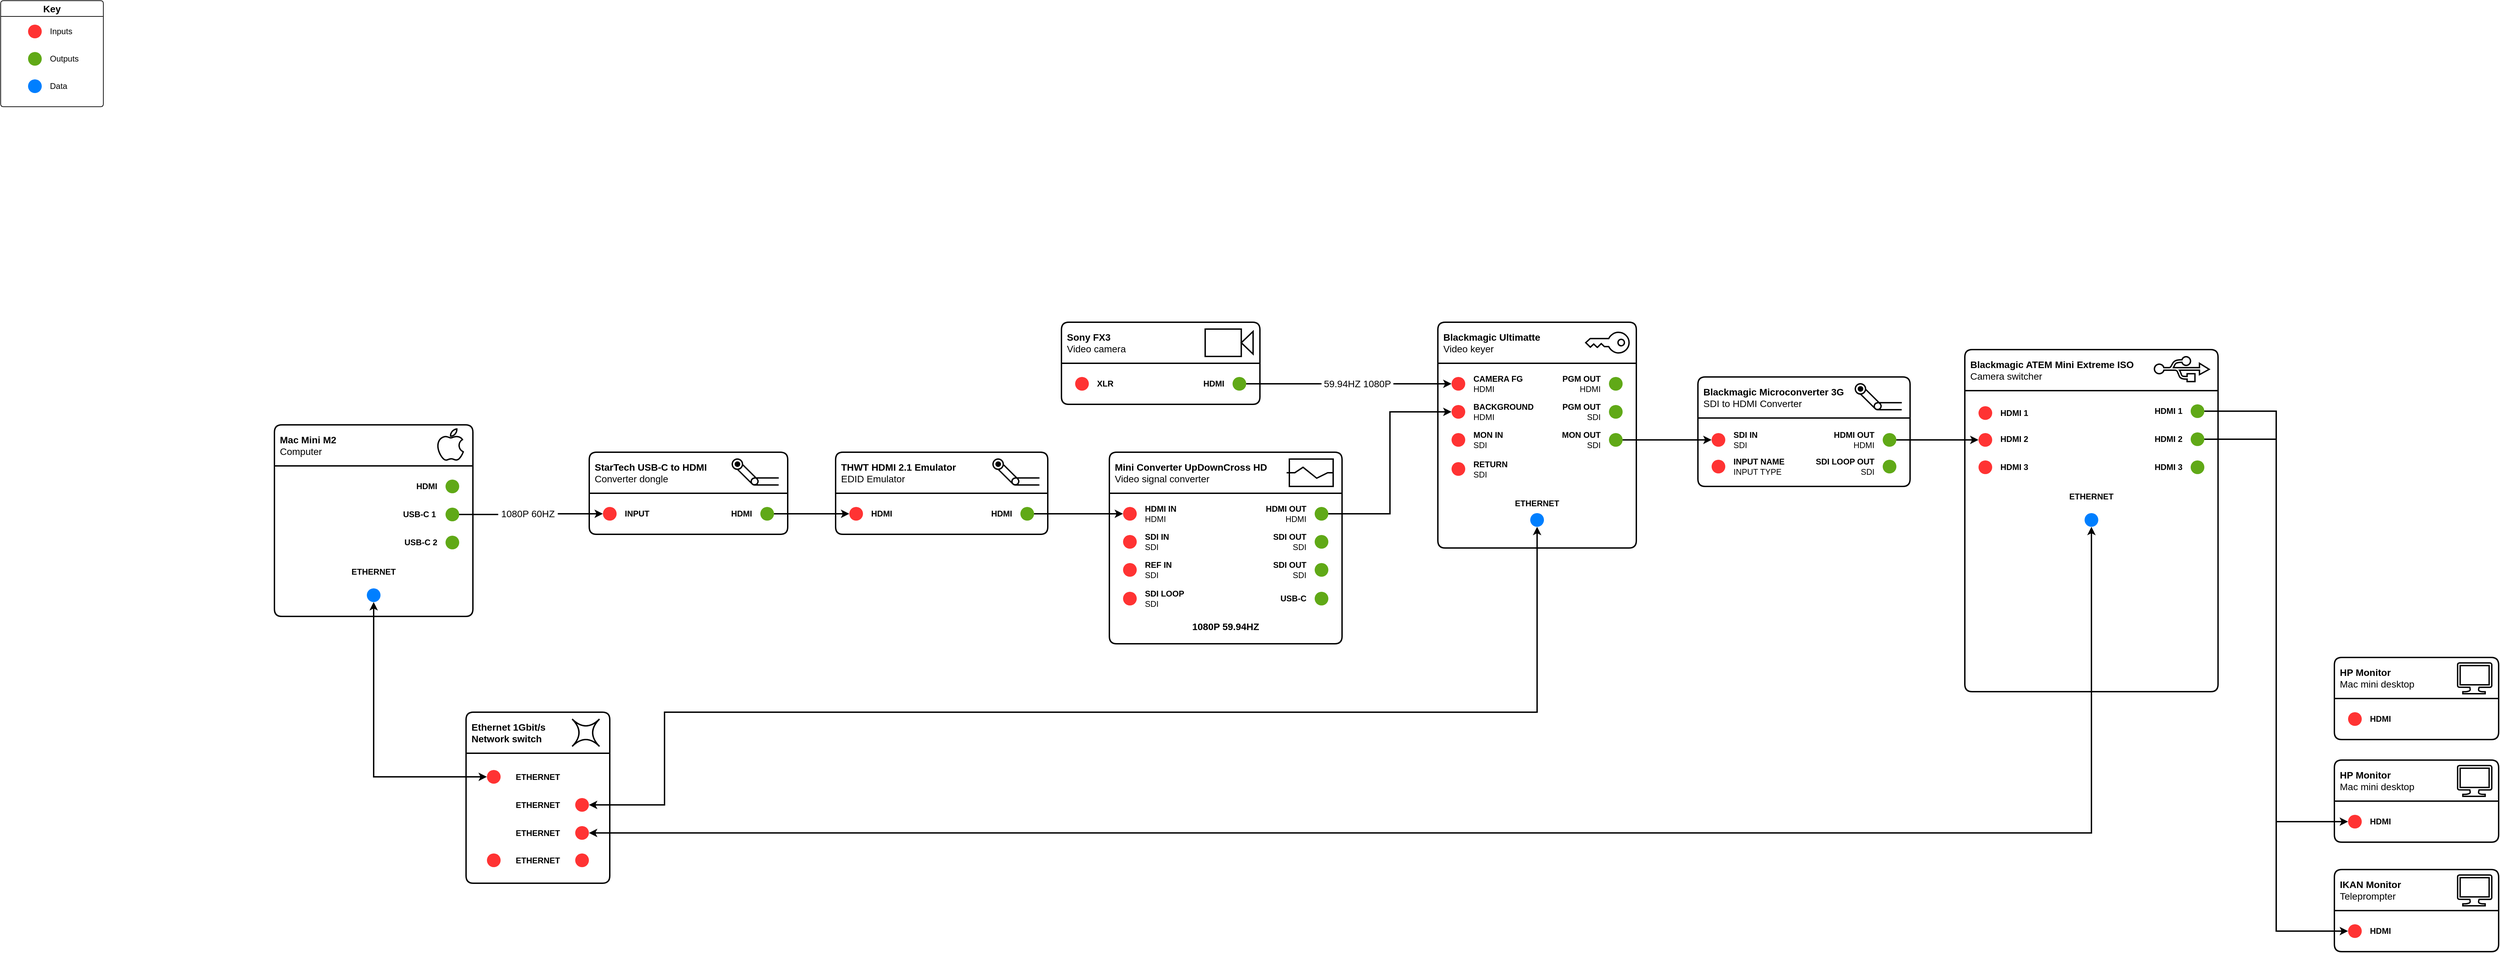
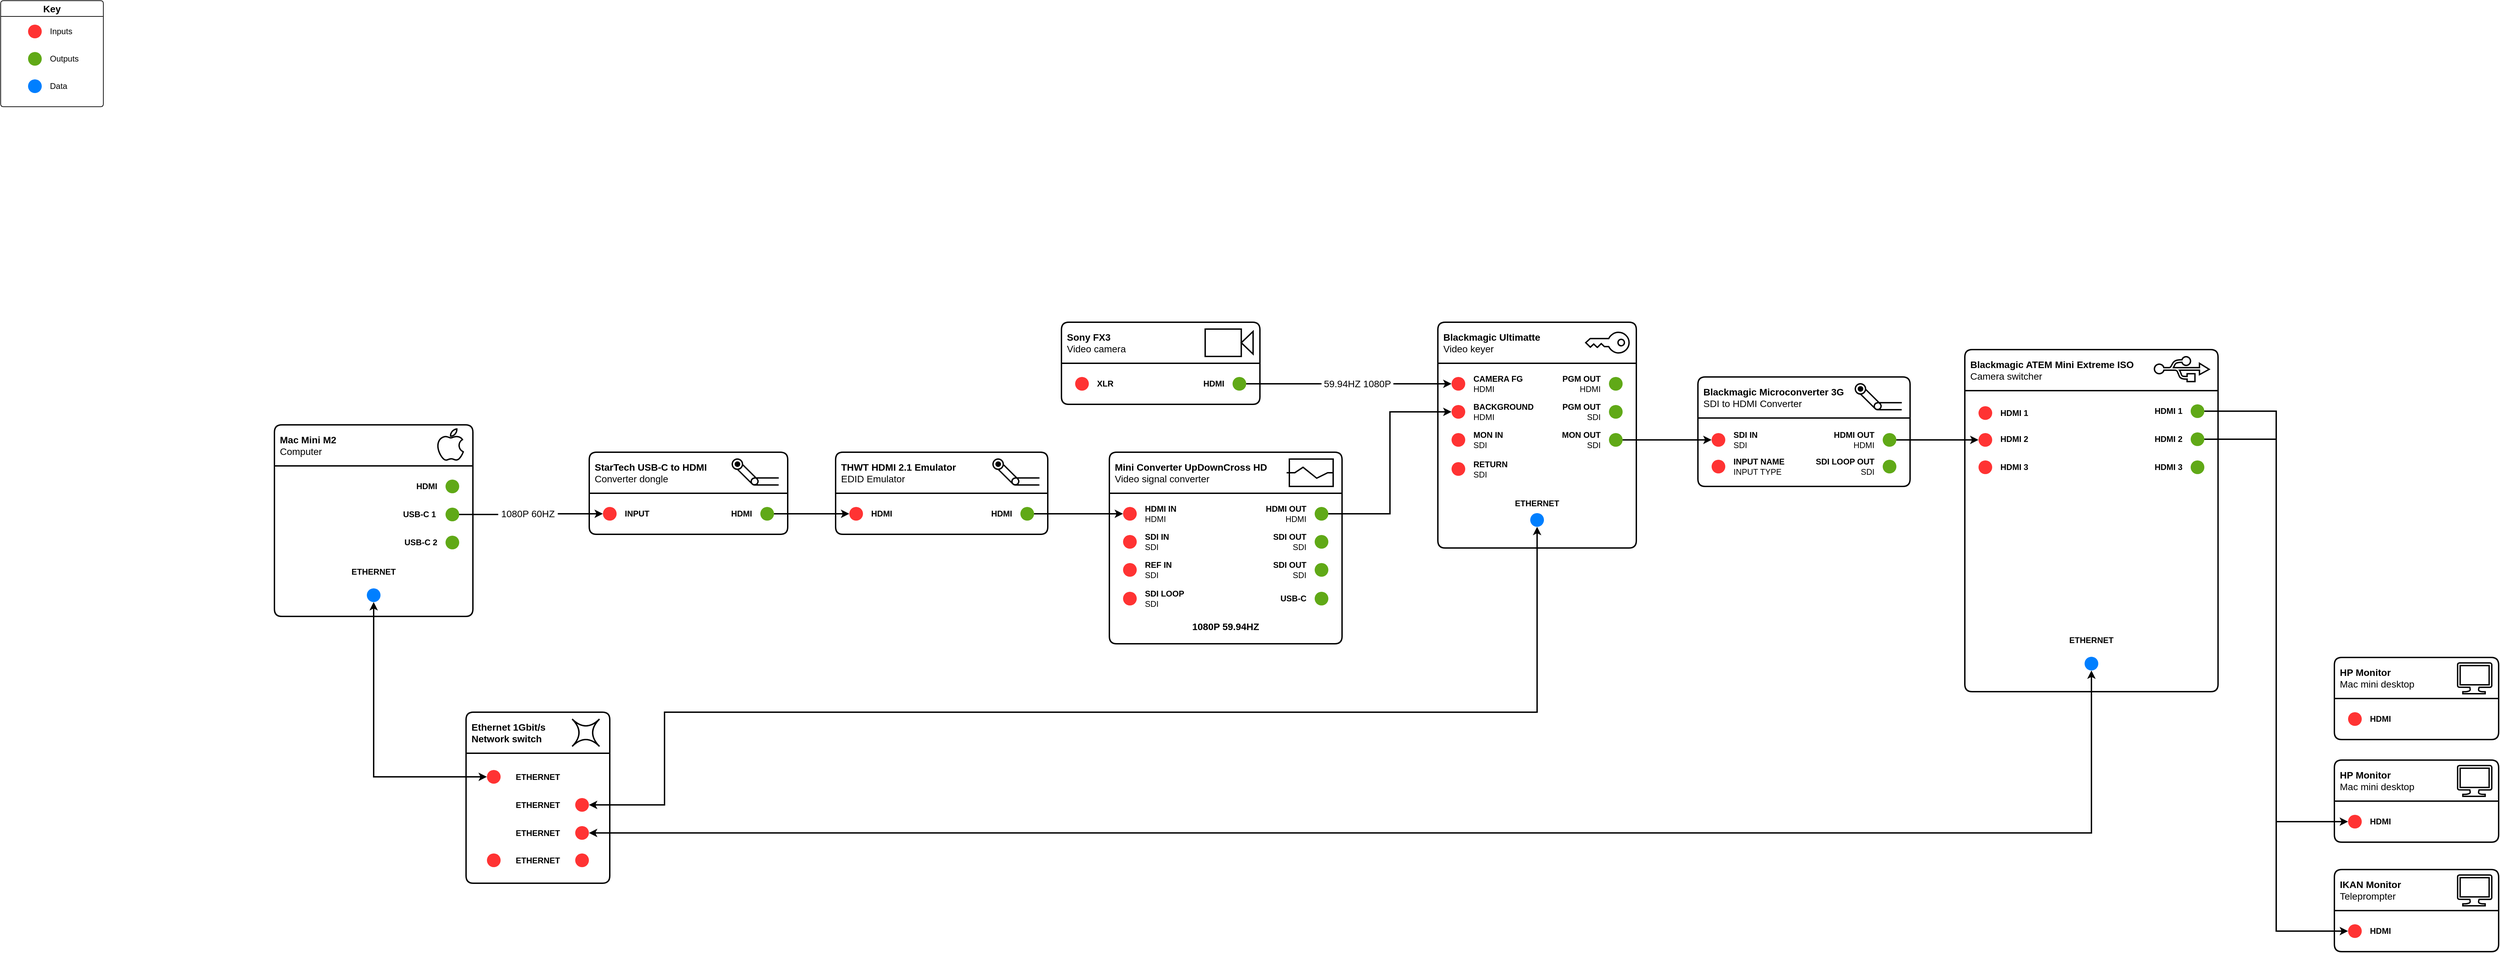
<mxfile host="app.diagrams.net">
  <diagram name="Page-1" id="FgFW1MfRpHRbAZnw0JzE">
-     <mxGraphModel dx="838" dy="894" grid="1" gridSize="10" guides="1" tooltips="1" connect="1" arrows="1" fold="1" page="0" pageScale="1" pageWidth="1654" pageHeight="1169" math="0" shadow="0">
+     <mxGraphModel dx="411" dy="739" grid="1" gridSize="10" guides="1" tooltips="1" connect="1" arrows="1" fold="1" page="0" pageScale="1" pageWidth="1654" pageHeight="1169" math="0" shadow="0">
      <root>
        <mxCell id="0" />
        <mxCell id="1" parent="0" />
        <UserObject label="&lt;div&gt;Sony FX3&lt;/div&gt;&lt;div&gt;&lt;span style=&quot;font-weight: normal;&quot;&gt;Video camera&lt;/span&gt;&lt;/div&gt;" link="https://www.sony.com.au/electronics/interchangeable-lens-cameras/ilme-fx3a" id="s20b6Gskkq0xSbLsb2Lf-1">
          <mxCell parent="1" style="swimlane;whiteSpace=wrap;html=1;startSize=60;perimeterSpacing=0;rounded=1;arcSize=6;align=left;spacingLeft=6;swimlaneFillColor=default;strokeWidth=2;fontSize=14;spacingBottom=0;" vertex="1">
            <mxGeometry height="120" width="290" x="1860" y="420" as="geometry">
              <mxRectangle height="60" width="200" x="330" y="280" as="alternateBounds" />
            </mxGeometry>
          </mxCell>
        </UserObject>
        <mxCell id="BUdtJf7oYrrgdLHHiytK-1" parent="s20b6Gskkq0xSbLsb2Lf-1" style="shape=mxgraph.signs.tech.video_camera;html=1;pointerEvents=1;fillColor=none;strokeColor=default;verticalLabelPosition=bottom;verticalAlign=top;align=center;strokeWidth=2;" value="" vertex="1">
          <mxGeometry height="40" width="70" x="210" y="10" as="geometry" />
        </mxCell>
        <mxCell id="BUdtJf7oYrrgdLHHiytK-2" parent="s20b6Gskkq0xSbLsb2Lf-1" style="ellipse;whiteSpace=wrap;html=1;aspect=fixed;strokeColor=none;fillColor=#60a917;fontColor=#ffffff;" value="" vertex="1">
          <mxGeometry height="20" width="20" x="250" y="80" as="geometry" />
        </mxCell>
        <mxCell id="BUdtJf7oYrrgdLHHiytK-13" parent="s20b6Gskkq0xSbLsb2Lf-1" style="ellipse;whiteSpace=wrap;html=1;aspect=fixed;strokeColor=none;fillColor=light-dark(#FF3333,#FF3333);fontColor=#ffffff;fillStyle=auto;" value="" vertex="1">
          <mxGeometry height="20" width="20" x="20" y="80" as="geometry" />
        </mxCell>
        <mxCell id="BUdtJf7oYrrgdLHHiytK-20" parent="s20b6Gskkq0xSbLsb2Lf-1" style="text;html=1;whiteSpace=wrap;strokeColor=none;fillColor=none;align=left;verticalAlign=middle;rounded=0;fontStyle=1" value="XLR" vertex="1">
          <mxGeometry height="14.5" width="30" x="50" y="82.75" as="geometry" />
        </mxCell>
        <mxCell id="BUdtJf7oYrrgdLHHiytK-21" parent="s20b6Gskkq0xSbLsb2Lf-1" style="text;html=1;whiteSpace=wrap;strokeColor=none;fillColor=none;align=right;verticalAlign=middle;rounded=0;" value="&lt;b&gt;HDMI&lt;/b&gt;" vertex="1">
          <mxGeometry height="14.5" width="40" x="200" y="82.75" as="geometry" />
        </mxCell>
        <mxCell id="BUdtJf7oYrrgdLHHiytK-123" parent="1" style="swimlane;whiteSpace=wrap;html=1;rounded=1;arcSize=6;swimlaneFillColor=default;fontSize=14;" value="Key" vertex="1">
          <mxGeometry height="155" width="150" x="310" y="-50" as="geometry" />
        </mxCell>
        <mxCell id="BUdtJf7oYrrgdLHHiytK-115" parent="BUdtJf7oYrrgdLHHiytK-123" style="ellipse;whiteSpace=wrap;html=1;aspect=fixed;strokeColor=none;fillColor=light-dark(#FF3333,#FF3333);fontColor=#ffffff;fillStyle=auto;" value="" vertex="1">
          <mxGeometry height="20" width="20" x="40" y="35" as="geometry" />
        </mxCell>
        <mxCell id="BUdtJf7oYrrgdLHHiytK-119" parent="BUdtJf7oYrrgdLHHiytK-123" style="text;html=1;whiteSpace=wrap;strokeColor=none;fillColor=none;align=left;verticalAlign=middle;rounded=0;" value="Inputs" vertex="1">
          <mxGeometry height="10" width="40" x="70" y="40" as="geometry" />
        </mxCell>
        <mxCell id="BUdtJf7oYrrgdLHHiytK-114" parent="BUdtJf7oYrrgdLHHiytK-123" style="ellipse;whiteSpace=wrap;html=1;aspect=fixed;strokeColor=none;fillColor=#60a917;fontColor=#ffffff;" value="" vertex="1">
          <mxGeometry height="20" width="20" x="40" y="75" as="geometry" />
        </mxCell>
        <mxCell id="BUdtJf7oYrrgdLHHiytK-120" parent="BUdtJf7oYrrgdLHHiytK-123" style="text;html=1;whiteSpace=wrap;strokeColor=none;fillColor=none;align=left;verticalAlign=middle;rounded=0;" value="Outputs" vertex="1">
          <mxGeometry height="10" width="40" x="70" y="80" as="geometry" />
        </mxCell>
        <mxCell id="BUdtJf7oYrrgdLHHiytK-116" parent="BUdtJf7oYrrgdLHHiytK-123" style="ellipse;whiteSpace=wrap;html=1;aspect=fixed;strokeColor=none;fillColor=#007FFF;fontColor=#ffffff;" value="" vertex="1">
          <mxGeometry height="20" width="20" x="40" y="115" as="geometry" />
        </mxCell>
        <mxCell id="BUdtJf7oYrrgdLHHiytK-121" parent="BUdtJf7oYrrgdLHHiytK-123" style="text;html=1;whiteSpace=wrap;strokeColor=none;fillColor=none;align=left;verticalAlign=middle;rounded=0;" value="Data" vertex="1">
          <mxGeometry height="10" width="40" x="70" y="120" as="geometry" />
        </mxCell>
        <UserObject label="&lt;div&gt;Blackmagic Ultimatte&lt;/div&gt;&lt;div&gt;&lt;span style=&quot;font-weight: normal;&quot;&gt;Video keyer&lt;/span&gt;&lt;/div&gt;" link="https://www.videocraft.com.au/products/blackmagic-design-ultimatte-12-hd-keyer-advanced-compositing-processor" id="BUdtJf7oYrrgdLHHiytK-160">
          <mxCell parent="1" style="swimlane;whiteSpace=wrap;html=1;startSize=60;perimeterSpacing=0;rounded=1;arcSize=6;align=left;spacingLeft=6;swimlaneFillColor=default;strokeWidth=2;fontSize=14;" vertex="1">
            <mxGeometry height="330" width="290" x="2410" y="420" as="geometry">
              <mxRectangle height="60" width="200" x="330" y="280" as="alternateBounds" />
            </mxGeometry>
          </mxCell>
        </UserObject>
        <mxCell id="BUdtJf7oYrrgdLHHiytK-162" parent="BUdtJf7oYrrgdLHHiytK-160" style="ellipse;whiteSpace=wrap;html=1;aspect=fixed;strokeColor=none;fillColor=#60a917;fontColor=#ffffff;" value="" vertex="1">
          <mxGeometry height="20" width="20" x="250" y="80" as="geometry" />
        </mxCell>
        <mxCell id="BUdtJf7oYrrgdLHHiytK-163" parent="BUdtJf7oYrrgdLHHiytK-160" style="ellipse;whiteSpace=wrap;html=1;aspect=fixed;strokeColor=none;fillColor=#60a917;fontColor=#ffffff;" value="" vertex="1">
          <mxGeometry height="20" width="20" x="250" y="121" as="geometry" />
        </mxCell>
        <mxCell id="BUdtJf7oYrrgdLHHiytK-164" parent="BUdtJf7oYrrgdLHHiytK-160" style="ellipse;whiteSpace=wrap;html=1;aspect=fixed;strokeColor=none;fillColor=#60a917;fontColor=#ffffff;" value="" vertex="1">
          <mxGeometry height="20" width="20" x="250" y="162" as="geometry" />
        </mxCell>
        <mxCell id="BUdtJf7oYrrgdLHHiytK-169" parent="BUdtJf7oYrrgdLHHiytK-160" style="ellipse;whiteSpace=wrap;html=1;aspect=fixed;strokeColor=none;fillColor=light-dark(#FF3333,#FF3333);fontColor=#ffffff;fillStyle=auto;" value="" vertex="1">
          <mxGeometry height="20" width="20" x="20" y="80" as="geometry" />
        </mxCell>
        <mxCell id="BUdtJf7oYrrgdLHHiytK-170" parent="BUdtJf7oYrrgdLHHiytK-160" style="ellipse;whiteSpace=wrap;html=1;aspect=fixed;strokeColor=none;fillColor=light-dark(#FF3333,#FF3333);fontColor=#ffffff;" value="" vertex="1">
          <mxGeometry height="20" width="20" x="20" y="121" as="geometry" />
        </mxCell>
        <mxCell id="BUdtJf7oYrrgdLHHiytK-176" parent="BUdtJf7oYrrgdLHHiytK-160" style="text;html=1;whiteSpace=wrap;strokeColor=none;fillColor=none;align=left;verticalAlign=middle;rounded=0;" value="&lt;div&gt;&lt;b&gt;CAMERA FG&lt;/b&gt;&lt;/div&gt;&lt;div&gt;HDMI&lt;/div&gt;" vertex="1">
          <mxGeometry height="29" width="90" x="50" y="75.5" as="geometry" />
        </mxCell>
        <mxCell id="BUdtJf7oYrrgdLHHiytK-177" parent="BUdtJf7oYrrgdLHHiytK-160" style="text;html=1;whiteSpace=wrap;strokeColor=none;fillColor=none;align=right;verticalAlign=middle;rounded=0;" value="&lt;div&gt;&lt;b&gt;PGM OUT&lt;/b&gt;&lt;/div&gt;&lt;div&gt;HDMI&lt;/div&gt;" vertex="1">
          <mxGeometry height="29" width="90" x="150" y="75.5" as="geometry" />
        </mxCell>
        <mxCell id="BUdtJf7oYrrgdLHHiytK-178" parent="BUdtJf7oYrrgdLHHiytK-160" style="text;html=1;whiteSpace=wrap;strokeColor=none;fillColor=none;align=left;verticalAlign=middle;rounded=0;" value="&lt;div&gt;&lt;b&gt;BACKGROUND&lt;/b&gt;&lt;/div&gt;&lt;div&gt;HDMI&lt;/div&gt;" vertex="1">
          <mxGeometry height="29" width="90" x="50" y="116.5" as="geometry" />
        </mxCell>
        <mxCell id="BUdtJf7oYrrgdLHHiytK-179" parent="BUdtJf7oYrrgdLHHiytK-160" style="text;html=1;whiteSpace=wrap;strokeColor=none;fillColor=none;align=right;verticalAlign=middle;rounded=0;" value="&lt;div&gt;&lt;b&gt;PGM OUT&lt;/b&gt;&lt;/div&gt;&lt;div&gt;SDI&lt;/div&gt;" vertex="1">
          <mxGeometry height="29" width="90" x="150" y="116.5" as="geometry" />
        </mxCell>
        <mxCell id="BUdtJf7oYrrgdLHHiytK-181" parent="BUdtJf7oYrrgdLHHiytK-160" style="text;html=1;whiteSpace=wrap;strokeColor=none;fillColor=none;align=right;verticalAlign=middle;rounded=0;" value="&lt;div&gt;&lt;b&gt;MON OUT&lt;/b&gt;&lt;/div&gt;&lt;div&gt;SDI&lt;/div&gt;" vertex="1">
          <mxGeometry height="29" width="90" x="150" y="157.5" as="geometry" />
        </mxCell>
        <mxCell id="BUdtJf7oYrrgdLHHiytK-194" parent="BUdtJf7oYrrgdLHHiytK-160" style="text;html=1;whiteSpace=wrap;strokeColor=none;fillColor=none;align=center;verticalAlign=middle;rounded=0;fontStyle=1" value="ETHERNET" vertex="1">
          <mxGeometry height="29" width="90" x="100" y="250" as="geometry" />
        </mxCell>
        <mxCell id="BUdtJf7oYrrgdLHHiytK-195" parent="BUdtJf7oYrrgdLHHiytK-160" style="ellipse;whiteSpace=wrap;html=1;aspect=fixed;strokeColor=none;fillColor=#007FFF;fontColor=#ffffff;" value="" vertex="1">
          <mxGeometry height="20" width="20" x="135" y="279" as="geometry" />
        </mxCell>
        <mxCell id="BUdtJf7oYrrgdLHHiytK-196" parent="BUdtJf7oYrrgdLHHiytK-160" style="sketch=0;pointerEvents=1;shadow=0;dashed=0;html=1;strokeColor=default;fillColor=none;labelPosition=center;verticalLabelPosition=bottom;verticalAlign=top;outlineConnect=0;align=center;shape=mxgraph.office.security.key_permissions;rotation=90;strokeWidth=2;" value="" vertex="1">
          <mxGeometry height="63.31" width="30.07" x="232.69" y="-1.8099999999999996" as="geometry" />
        </mxCell>
        <mxCell id="_8OXxmxYWQQ_x3kSA-AO-21" parent="BUdtJf7oYrrgdLHHiytK-160" style="text;html=1;whiteSpace=wrap;strokeColor=none;fillColor=none;align=left;verticalAlign=middle;rounded=0;" value="&lt;div&gt;&lt;b&gt;MON IN&lt;/b&gt;&lt;/div&gt;&lt;div&gt;SDI&lt;/div&gt;" vertex="1">
          <mxGeometry height="29" width="90" x="50" y="157.5" as="geometry" />
        </mxCell>
        <mxCell id="_8OXxmxYWQQ_x3kSA-AO-22" parent="BUdtJf7oYrrgdLHHiytK-160" style="ellipse;whiteSpace=wrap;html=1;aspect=fixed;strokeColor=none;fillColor=light-dark(#FF3333,#FF3333);fontColor=#ffffff;" value="" vertex="1">
          <mxGeometry height="20" width="20" x="20" y="162" as="geometry" />
        </mxCell>
        <mxCell id="_8OXxmxYWQQ_x3kSA-AO-25" parent="BUdtJf7oYrrgdLHHiytK-160" style="ellipse;whiteSpace=wrap;html=1;aspect=fixed;strokeColor=none;fillColor=light-dark(#FF3333,#FF3333);fontColor=#ffffff;" value="" vertex="1">
          <mxGeometry height="20" width="20" x="20" y="204.5" as="geometry" />
        </mxCell>
        <mxCell id="_8OXxmxYWQQ_x3kSA-AO-26" parent="BUdtJf7oYrrgdLHHiytK-160" style="text;html=1;whiteSpace=wrap;strokeColor=none;fillColor=none;align=left;verticalAlign=middle;rounded=0;" value="&lt;div&gt;&lt;b&gt;RETURN&lt;/b&gt;&lt;/div&gt;&lt;div&gt;SDI&lt;/div&gt;" vertex="1">
          <mxGeometry height="29" width="90" x="50" y="200" as="geometry" />
        </mxCell>
        <mxCell id="BUdtJf7oYrrgdLHHiytK-197" edge="1" parent="1" source="BUdtJf7oYrrgdLHHiytK-2" style="edgeStyle=orthogonalEdgeStyle;rounded=0;orthogonalLoop=1;jettySize=auto;html=1;entryX=0;entryY=0.5;entryDx=0;entryDy=0;endArrow=classic;endFill=1;strokeWidth=2;" target="BUdtJf7oYrrgdLHHiytK-169">
          <mxGeometry relative="1" as="geometry" />
        </mxCell>
        <mxCell id="BUdtJf7oYrrgdLHHiytK-201" connectable="0" parent="BUdtJf7oYrrgdLHHiytK-197" style="edgeLabel;html=1;align=center;verticalAlign=middle;resizable=0;points=[];fontSize=14;" value="&amp;nbsp;59.94HZ 1080P&amp;nbsp;" vertex="1">
          <mxGeometry relative="1" x="0.0813" as="geometry">
            <mxPoint as="offset" />
          </mxGeometry>
        </mxCell>
        <UserObject label="&lt;div&gt;Mac Mini M2&lt;/div&gt;&lt;div&gt;&lt;span style=&quot;font-weight: normal;&quot;&gt;Computer&lt;/span&gt;&lt;/div&gt;" link="https://support.apple.com/en-au/111837" id="BUdtJf7oYrrgdLHHiytK-202">
          <mxCell parent="1" style="swimlane;whiteSpace=wrap;html=1;startSize=60;perimeterSpacing=0;rounded=1;arcSize=6;align=left;spacingLeft=6;swimlaneFillColor=default;strokeWidth=2;fontSize=14;noLabel=0;" vertex="1">
            <mxGeometry height="280" width="290" x="710" y="570" as="geometry">
              <mxRectangle height="60" width="200" x="330" y="280" as="alternateBounds" />
            </mxGeometry>
          </mxCell>
        </UserObject>
        <mxCell id="BUdtJf7oYrrgdLHHiytK-204" parent="BUdtJf7oYrrgdLHHiytK-202" style="ellipse;whiteSpace=wrap;html=1;aspect=fixed;strokeColor=none;fillColor=#60a917;fontColor=#ffffff;" value="" vertex="1">
          <mxGeometry height="20" width="20" x="250" y="80" as="geometry" />
        </mxCell>
        <mxCell id="BUdtJf7oYrrgdLHHiytK-205" parent="BUdtJf7oYrrgdLHHiytK-202" style="ellipse;whiteSpace=wrap;html=1;aspect=fixed;strokeColor=none;fillColor=#60a917;fontColor=#ffffff;" value="" vertex="1">
          <mxGeometry height="20" width="20" x="250" y="121" as="geometry" />
        </mxCell>
        <mxCell id="BUdtJf7oYrrgdLHHiytK-206" parent="BUdtJf7oYrrgdLHHiytK-202" style="ellipse;whiteSpace=wrap;html=1;aspect=fixed;strokeColor=none;fillColor=#60a917;fontColor=#ffffff;" value="" vertex="1">
          <mxGeometry height="20" width="20" x="250" y="162" as="geometry" />
        </mxCell>
        <mxCell id="BUdtJf7oYrrgdLHHiytK-219" parent="BUdtJf7oYrrgdLHHiytK-202" style="text;html=1;whiteSpace=wrap;strokeColor=none;fillColor=none;align=right;verticalAlign=middle;rounded=0;" value="&lt;b&gt;HDMI&lt;/b&gt;" vertex="1">
          <mxGeometry height="14.5" width="40" x="200" y="82.75" as="geometry" />
        </mxCell>
        <mxCell id="BUdtJf7oYrrgdLHHiytK-221" parent="BUdtJf7oYrrgdLHHiytK-202" style="text;html=1;whiteSpace=wrap;strokeColor=none;fillColor=none;align=right;verticalAlign=middle;rounded=0;fontStyle=1" value="USB-C 1" vertex="1">
          <mxGeometry height="13.5" width="50" x="188.08" y="124.25" as="geometry" />
        </mxCell>
        <mxCell id="BUdtJf7oYrrgdLHHiytK-236" parent="BUdtJf7oYrrgdLHHiytK-202" style="text;html=1;whiteSpace=wrap;strokeColor=none;fillColor=none;align=center;verticalAlign=middle;rounded=0;fontStyle=1" value="ETHERNET" vertex="1">
          <mxGeometry height="29" width="90" x="100" y="200" as="geometry" />
        </mxCell>
        <mxCell id="BUdtJf7oYrrgdLHHiytK-237" parent="BUdtJf7oYrrgdLHHiytK-202" style="ellipse;whiteSpace=wrap;html=1;aspect=fixed;strokeColor=none;fillColor=#007FFF;fontColor=#ffffff;" value="" vertex="1">
          <mxGeometry height="20" width="20" x="135" y="239" as="geometry" />
        </mxCell>
        <mxCell id="BUdtJf7oYrrgdLHHiytK-238" parent="BUdtJf7oYrrgdLHHiytK-202" style="dashed=0;outlineConnect=0;html=1;align=center;labelPosition=center;verticalLabelPosition=bottom;verticalAlign=top;shape=mxgraph.weblogos.apple;fillColor=none;strokeColor=default;strokeWidth=2;" value="" vertex="1">
          <mxGeometry height="46.2" width="37.83" x="238.07999999999998" y="6" as="geometry" />
        </mxCell>
        <mxCell id="BUdtJf7oYrrgdLHHiytK-240" parent="BUdtJf7oYrrgdLHHiytK-202" style="text;html=1;whiteSpace=wrap;strokeColor=none;fillColor=none;align=right;verticalAlign=middle;rounded=0;fontStyle=1" value="USB-C 2" vertex="1">
          <mxGeometry height="13.5" width="50" x="189.99999999999997" y="165.25" as="geometry" />
        </mxCell>
        <UserObject label="&lt;div&gt;Mini Converter UpDownCross HD&lt;/div&gt;&lt;div&gt;&lt;span style=&quot;font-weight: normal;&quot;&gt;Video signal converter&lt;/span&gt;&lt;/div&gt;" link="https://proavexpress.com.au/blackmagic-mini-converter-up-down-cross-hd/" id="BUdtJf7oYrrgdLHHiytK-243">
          <mxCell parent="1" style="swimlane;whiteSpace=wrap;html=1;startSize=60;perimeterSpacing=0;rounded=1;arcSize=6;align=left;spacingLeft=6;swimlaneFillColor=default;strokeWidth=2;fontSize=14;" vertex="1">
            <mxGeometry height="280" width="340" x="1930" y="610" as="geometry">
              <mxRectangle height="60" width="200" x="330" y="280" as="alternateBounds" />
            </mxGeometry>
          </mxCell>
        </UserObject>
        <mxCell id="BUdtJf7oYrrgdLHHiytK-245" parent="BUdtJf7oYrrgdLHHiytK-243" style="ellipse;whiteSpace=wrap;html=1;aspect=fixed;strokeColor=none;fillColor=#60a917;fontColor=#ffffff;" value="" vertex="1">
          <mxGeometry height="20" width="20" x="300" y="80" as="geometry" />
        </mxCell>
        <mxCell id="BUdtJf7oYrrgdLHHiytK-246" parent="BUdtJf7oYrrgdLHHiytK-243" style="ellipse;whiteSpace=wrap;html=1;aspect=fixed;strokeColor=none;fillColor=#60a917;fontColor=#ffffff;" value="" vertex="1">
          <mxGeometry height="20" width="20" x="300" y="121" as="geometry" />
        </mxCell>
        <mxCell id="BUdtJf7oYrrgdLHHiytK-252" parent="BUdtJf7oYrrgdLHHiytK-243" style="ellipse;whiteSpace=wrap;html=1;aspect=fixed;strokeColor=none;fillColor=light-dark(#FF3333,#FF3333);fontColor=#ffffff;fillStyle=auto;" value="" vertex="1">
          <mxGeometry height="20" width="20" x="20" y="80" as="geometry" />
        </mxCell>
        <mxCell id="BUdtJf7oYrrgdLHHiytK-253" parent="BUdtJf7oYrrgdLHHiytK-243" style="ellipse;whiteSpace=wrap;html=1;aspect=fixed;strokeColor=none;fillColor=light-dark(#FF3333,#FF3333);fontColor=#ffffff;" value="" vertex="1">
          <mxGeometry height="20" width="20" x="20" y="121" as="geometry" />
        </mxCell>
        <mxCell id="BUdtJf7oYrrgdLHHiytK-259" parent="BUdtJf7oYrrgdLHHiytK-243" style="text;html=1;whiteSpace=wrap;strokeColor=none;fillColor=none;align=left;verticalAlign=middle;rounded=0;fontStyle=1" value="&lt;div&gt;HDMI IN&lt;/div&gt;&lt;div&gt;&lt;span style=&quot;font-weight: normal;&quot;&gt;HDMI&lt;/span&gt;&lt;/div&gt;" vertex="1">
          <mxGeometry height="25" width="50" x="50" y="77.5" as="geometry" />
        </mxCell>
        <mxCell id="BUdtJf7oYrrgdLHHiytK-260" parent="BUdtJf7oYrrgdLHHiytK-243" style="text;html=1;whiteSpace=wrap;strokeColor=none;fillColor=none;align=right;verticalAlign=middle;rounded=0;fontStyle=1" value="&lt;div&gt;HDMI OUT&lt;/div&gt;&lt;div&gt;&lt;span style=&quot;font-weight: normal;&quot;&gt;HDMI&lt;/span&gt;&lt;/div&gt;" vertex="1">
          <mxGeometry height="25" width="70" x="220" y="77.5" as="geometry" />
        </mxCell>
        <mxCell id="BUdtJf7oYrrgdLHHiytK-277" parent="BUdtJf7oYrrgdLHHiytK-243" style="text;html=1;whiteSpace=wrap;strokeColor=none;fillColor=none;align=center;verticalAlign=middle;rounded=0;fontSize=14;fontStyle=1" value="1080P 59.94HZ" vertex="1">
          <mxGeometry height="29" width="107.5" x="116.25" y="240" as="geometry" />
        </mxCell>
        <mxCell id="BUdtJf7oYrrgdLHHiytK-279" parent="BUdtJf7oYrrgdLHHiytK-243" style="shape=mxgraph.pid.mixers.kneader;html=1;pointerEvents=1;align=center;verticalLabelPosition=bottom;verticalAlign=top;dashed=0;fillColor=none;strokeWidth=2;" value="" vertex="1">
          <mxGeometry height="40" width="68" x="259" y="10" as="geometry" />
        </mxCell>
        <mxCell id="BUdtJf7oYrrgdLHHiytK-280" parent="BUdtJf7oYrrgdLHHiytK-243" style="text;html=1;whiteSpace=wrap;strokeColor=none;fillColor=none;align=left;verticalAlign=middle;rounded=0;fontStyle=1" value="&lt;div&gt;SDI IN&lt;/div&gt;&lt;div&gt;&lt;span style=&quot;font-weight: normal;&quot;&gt;SDI&lt;/span&gt;&lt;/div&gt;" vertex="1">
          <mxGeometry height="24" width="50" x="50" y="119" as="geometry" />
        </mxCell>
        <mxCell id="BUdtJf7oYrrgdLHHiytK-281" parent="BUdtJf7oYrrgdLHHiytK-243" style="text;html=1;whiteSpace=wrap;strokeColor=none;fillColor=none;align=right;verticalAlign=middle;rounded=0;fontStyle=1" value="&lt;div&gt;SDI OUT&lt;/div&gt;&lt;div&gt;&lt;span style=&quot;font-weight: normal;&quot;&gt;SDI&lt;/span&gt;&lt;/div&gt;" vertex="1">
          <mxGeometry height="24" width="70" x="220" y="119" as="geometry" />
        </mxCell>
        <mxCell id="_8OXxmxYWQQ_x3kSA-AO-10" parent="BUdtJf7oYrrgdLHHiytK-243" style="ellipse;whiteSpace=wrap;html=1;aspect=fixed;strokeColor=none;fillColor=#60a917;fontColor=#ffffff;" value="" vertex="1">
          <mxGeometry height="20" width="20" x="300" y="162" as="geometry" />
        </mxCell>
        <mxCell id="_8OXxmxYWQQ_x3kSA-AO-11" parent="BUdtJf7oYrrgdLHHiytK-243" style="text;html=1;whiteSpace=wrap;strokeColor=none;fillColor=none;align=right;verticalAlign=middle;rounded=0;fontStyle=1" value="&lt;div&gt;SDI OUT&lt;/div&gt;&lt;div&gt;&lt;span style=&quot;font-weight: normal;&quot;&gt;SDI&lt;/span&gt;&lt;/div&gt;" vertex="1">
          <mxGeometry height="24" width="70" x="220" y="160" as="geometry" />
        </mxCell>
        <mxCell id="_8OXxmxYWQQ_x3kSA-AO-14" parent="BUdtJf7oYrrgdLHHiytK-243" style="text;html=1;whiteSpace=wrap;strokeColor=none;fillColor=none;align=right;verticalAlign=middle;rounded=0;fontStyle=1" value="USB-C" vertex="1">
          <mxGeometry height="10" width="70" x="220" y="209" as="geometry" />
        </mxCell>
        <mxCell id="_8OXxmxYWQQ_x3kSA-AO-15" parent="BUdtJf7oYrrgdLHHiytK-243" style="ellipse;whiteSpace=wrap;html=1;aspect=fixed;strokeColor=none;fillColor=light-dark(#60A917,#007FFF);fontColor=#ffffff;" value="" vertex="1">
          <mxGeometry height="20" width="20" x="300" y="204" as="geometry" />
        </mxCell>
        <mxCell id="_8OXxmxYWQQ_x3kSA-AO-16" parent="BUdtJf7oYrrgdLHHiytK-243" style="ellipse;whiteSpace=wrap;html=1;aspect=fixed;strokeColor=none;fillColor=light-dark(#FF3333,#FF3333);fontColor=#ffffff;" value="" vertex="1">
          <mxGeometry height="20" width="20" x="20" y="162" as="geometry" />
        </mxCell>
        <mxCell id="_8OXxmxYWQQ_x3kSA-AO-17" parent="BUdtJf7oYrrgdLHHiytK-243" style="text;html=1;whiteSpace=wrap;strokeColor=none;fillColor=none;align=left;verticalAlign=middle;rounded=0;fontStyle=1" value="&lt;div&gt;REF IN&lt;/div&gt;&lt;div&gt;&lt;span style=&quot;font-weight: normal;&quot;&gt;SDI&lt;/span&gt;&lt;/div&gt;" vertex="1">
          <mxGeometry height="24" width="50" x="50" y="160" as="geometry" />
        </mxCell>
        <mxCell id="_8OXxmxYWQQ_x3kSA-AO-18" parent="BUdtJf7oYrrgdLHHiytK-243" style="ellipse;whiteSpace=wrap;html=1;aspect=fixed;strokeColor=none;fillColor=light-dark(#FF3333,#FF3333);fontColor=#ffffff;" value="" vertex="1">
          <mxGeometry height="20" width="20" x="20" y="204" as="geometry" />
        </mxCell>
        <mxCell id="_8OXxmxYWQQ_x3kSA-AO-19" parent="BUdtJf7oYrrgdLHHiytK-243" style="text;html=1;whiteSpace=wrap;strokeColor=none;fillColor=none;align=left;verticalAlign=middle;rounded=0;fontStyle=1" value="&lt;div&gt;SDI LOOP&lt;/div&gt;&lt;div&gt;&lt;span style=&quot;font-weight: normal;&quot;&gt;SDI&lt;/span&gt;&lt;/div&gt;" vertex="1">
          <mxGeometry height="24" width="60" x="50" y="202" as="geometry" />
        </mxCell>
        <UserObject label="&lt;div&gt;StarTech USB-C to HDMI&lt;/div&gt;&lt;div&gt;&lt;span style=&quot;font-weight: normal;&quot;&gt;Converter dongle&lt;/span&gt;&lt;/div&gt;" link="https://www.startech.com/en-au/display-video-adapters/usbc-hdmi-cdp2hd4k60" id="BUdtJf7oYrrgdLHHiytK-284">
          <mxCell parent="1" style="swimlane;whiteSpace=wrap;html=1;startSize=60;perimeterSpacing=0;rounded=1;arcSize=6;align=left;spacingLeft=6;swimlaneFillColor=default;strokeWidth=2;fontSize=14;" vertex="1">
            <mxGeometry height="120" width="290" x="1170" y="610" as="geometry">
              <mxRectangle height="60" width="200" x="330" y="280" as="alternateBounds" />
            </mxGeometry>
          </mxCell>
        </UserObject>
        <mxCell id="BUdtJf7oYrrgdLHHiytK-285" parent="BUdtJf7oYrrgdLHHiytK-284" style="ellipse;whiteSpace=wrap;html=1;aspect=fixed;strokeColor=none;fillColor=#60a917;fontColor=#ffffff;" value="" vertex="1">
          <mxGeometry height="20" width="20" x="250" y="80" as="geometry" />
        </mxCell>
        <mxCell id="BUdtJf7oYrrgdLHHiytK-288" parent="BUdtJf7oYrrgdLHHiytK-284" style="text;html=1;whiteSpace=wrap;strokeColor=none;fillColor=none;align=right;verticalAlign=middle;rounded=0;" value="&lt;b&gt;HDMI&lt;/b&gt;" vertex="1">
          <mxGeometry height="14.5" width="70" x="170" y="82.75" as="geometry" />
        </mxCell>
        <mxCell id="BUdtJf7oYrrgdLHHiytK-297" parent="BUdtJf7oYrrgdLHHiytK-284" style="ellipse;whiteSpace=wrap;html=1;aspect=fixed;strokeColor=none;fillColor=light-dark(#FF3333,#FF3333);fontColor=#ffffff;fillStyle=auto;" value="" vertex="1">
          <mxGeometry height="20" width="20" x="20" y="80" as="geometry" />
        </mxCell>
        <mxCell id="BUdtJf7oYrrgdLHHiytK-298" parent="BUdtJf7oYrrgdLHHiytK-284" style="text;html=1;whiteSpace=wrap;strokeColor=none;fillColor=none;align=left;verticalAlign=middle;rounded=0;fontStyle=1" value="INPUT" vertex="1">
          <mxGeometry height="10" width="50" x="50" y="85" as="geometry" />
        </mxCell>
        <mxCell id="BUdtJf7oYrrgdLHHiytK-295" parent="BUdtJf7oYrrgdLHHiytK-284" style="verticalLabelPosition=bottom;aspect=fixed;html=1;verticalAlign=top;fillColor=strokeColor;align=center;outlineConnect=0;shape=mxgraph.fluid_power.x10060;points=[[1,0.72,0],[1,1,0]];strokeWidth=2;" value="" vertex="1">
          <mxGeometry height="38.38" width="67.9" x="209" y="10" as="geometry" />
        </mxCell>
        <mxCell id="BUdtJf7oYrrgdLHHiytK-299" edge="1" parent="1" source="BUdtJf7oYrrgdLHHiytK-205" style="edgeStyle=orthogonalEdgeStyle;shape=connector;rounded=0;orthogonalLoop=1;jettySize=auto;html=1;entryX=0;entryY=0.5;entryDx=0;entryDy=0;strokeColor=default;strokeWidth=2;align=center;verticalAlign=middle;fontFamily=Helvetica;fontSize=11;fontColor=default;labelBackgroundColor=default;endArrow=classic;endFill=1;" target="BUdtJf7oYrrgdLHHiytK-297">
          <mxGeometry relative="1" as="geometry" />
        </mxCell>
        <mxCell id="BUdtJf7oYrrgdLHHiytK-300" connectable="0" parent="BUdtJf7oYrrgdLHHiytK-299" style="edgeLabel;html=1;align=center;verticalAlign=middle;resizable=0;points=[];fontFamily=Helvetica;fontSize=14;fontColor=default;labelBackgroundColor=default;" value="&amp;nbsp;1080P 60HZ&amp;nbsp;" vertex="1">
          <mxGeometry relative="1" x="-0.1035" y="4" as="geometry">
            <mxPoint x="5" y="3" as="offset" />
          </mxGeometry>
        </mxCell>
        <UserObject label="&lt;div&gt;Ethernet 1Gbit/s&lt;/div&gt;&lt;div&gt;Network switch&lt;/div&gt;" id="BUdtJf7oYrrgdLHHiytK-301">
          <mxCell parent="1" style="swimlane;whiteSpace=wrap;html=1;startSize=60;perimeterSpacing=0;rounded=1;arcSize=6;align=left;spacingLeft=6;swimlaneFillColor=default;strokeWidth=2;fontSize=14;" vertex="1">
            <mxGeometry height="250" width="210" x="990" y="990" as="geometry">
              <mxRectangle height="60" width="200" x="330" y="280" as="alternateBounds" />
            </mxGeometry>
          </mxCell>
        </UserObject>
        <mxCell id="BUdtJf7oYrrgdLHHiytK-310" parent="BUdtJf7oYrrgdLHHiytK-301" style="ellipse;whiteSpace=wrap;html=1;aspect=fixed;strokeColor=none;fillColor=light-dark(#FF3333,#007FFF);fontColor=light-dark(#FFFFFF,#007FFF);fillStyle=auto;" value="" vertex="1">
          <mxGeometry height="20" width="20" x="30.5" y="84.5" as="geometry" />
        </mxCell>
        <mxCell id="BUdtJf7oYrrgdLHHiytK-313" parent="BUdtJf7oYrrgdLHHiytK-301" style="ellipse;whiteSpace=wrap;html=1;aspect=fixed;strokeColor=none;fillColor=light-dark(#FF3333,#007FFF);fontColor=light-dark(#FFFFFF,#007FFF);" value="" vertex="1">
          <mxGeometry height="20" width="20" x="30.5" y="206.5" as="geometry" />
        </mxCell>
        <mxCell id="BUdtJf7oYrrgdLHHiytK-317" parent="BUdtJf7oYrrgdLHHiytK-301" style="text;html=1;whiteSpace=wrap;strokeColor=none;fillColor=none;align=center;verticalAlign=middle;rounded=0;fontStyle=1" value="ETHERNET" vertex="1">
          <mxGeometry height="10" width="70" x="70" y="89.5" as="geometry" />
        </mxCell>
        <mxCell id="BUdtJf7oYrrgdLHHiytK-337" parent="BUdtJf7oYrrgdLHHiytK-301" style="shape=switch;whiteSpace=wrap;html=1;fontFamily=Helvetica;fontSize=11;fontColor=default;labelBackgroundColor=default;strokeWidth=2;" value="" vertex="1">
          <mxGeometry height="40" width="40" x="155" y="10" as="geometry" />
        </mxCell>
        <mxCell id="BUdtJf7oYrrgdLHHiytK-340" parent="BUdtJf7oYrrgdLHHiytK-301" style="ellipse;whiteSpace=wrap;html=1;aspect=fixed;strokeColor=none;fillColor=light-dark(#FF3333,#007FFF);fontColor=#ffffff;" value="" vertex="1">
          <mxGeometry height="20" width="20" x="159.5" y="125.5" as="geometry" />
        </mxCell>
        <mxCell id="BUdtJf7oYrrgdLHHiytK-341" parent="BUdtJf7oYrrgdLHHiytK-301" style="ellipse;whiteSpace=wrap;html=1;aspect=fixed;strokeColor=none;fillColor=light-dark(#FF3333,#007FFF);fontColor=#ffffff;" value="" vertex="1">
          <mxGeometry height="20" width="20" x="159.5" y="166.5" as="geometry" />
        </mxCell>
        <mxCell id="BUdtJf7oYrrgdLHHiytK-342" parent="BUdtJf7oYrrgdLHHiytK-301" style="ellipse;whiteSpace=wrap;html=1;aspect=fixed;strokeColor=none;fillColor=light-dark(#FF3333,#007FFF);fontColor=#ffffff;" value="" vertex="1">
          <mxGeometry height="20" width="20" x="159.5" y="206.5" as="geometry" />
        </mxCell>
        <mxCell id="BUdtJf7oYrrgdLHHiytK-347" parent="BUdtJf7oYrrgdLHHiytK-301" style="text;html=1;whiteSpace=wrap;strokeColor=none;fillColor=none;align=center;verticalAlign=middle;rounded=0;fontStyle=1" value="ETHERNET" vertex="1">
          <mxGeometry height="10" width="70" x="70" y="130.5" as="geometry" />
        </mxCell>
        <mxCell id="BUdtJf7oYrrgdLHHiytK-348" parent="BUdtJf7oYrrgdLHHiytK-301" style="text;html=1;whiteSpace=wrap;strokeColor=none;fillColor=none;align=center;verticalAlign=middle;rounded=0;fontStyle=1" value="ETHERNET" vertex="1">
          <mxGeometry height="10" width="70" x="70" y="171.5" as="geometry" />
        </mxCell>
        <mxCell id="BUdtJf7oYrrgdLHHiytK-349" parent="BUdtJf7oYrrgdLHHiytK-301" style="text;html=1;whiteSpace=wrap;strokeColor=none;fillColor=none;align=center;verticalAlign=middle;rounded=0;fontStyle=1" value="ETHERNET" vertex="1">
          <mxGeometry height="10" width="70" x="70" y="211.5" as="geometry" />
        </mxCell>
        <mxCell id="BUdtJf7oYrrgdLHHiytK-354" edge="1" parent="1" source="BUdtJf7oYrrgdLHHiytK-237" style="edgeStyle=orthogonalEdgeStyle;shape=connector;rounded=0;orthogonalLoop=1;jettySize=auto;html=1;entryX=0;entryY=0.5;entryDx=0;entryDy=0;strokeColor=default;strokeWidth=2;align=center;verticalAlign=middle;fontFamily=Helvetica;fontSize=14;fontColor=default;labelBackgroundColor=default;resizable=0;endArrow=classic;endFill=1;startArrow=classic;startFill=1;" target="BUdtJf7oYrrgdLHHiytK-310">
          <mxGeometry relative="1" as="geometry">
            <Array as="points">
              <mxPoint x="855" y="1084" />
            </Array>
          </mxGeometry>
        </mxCell>
        <UserObject label="&lt;div&gt;Blackmagic ATEM Mini Extreme ISO&lt;/div&gt;&lt;span style=&quot;font-weight: normal;&quot;&gt;Camera switcher&lt;/span&gt;" link="https://www.videocraft.com.au/products/blackmagic-design-atem-mini-extreme-iso-live-streaming-camera-switcher" id="BUdtJf7oYrrgdLHHiytK-355">
          <mxCell parent="1" style="swimlane;whiteSpace=wrap;html=1;startSize=60;perimeterSpacing=0;rounded=1;arcSize=6;align=left;spacingLeft=6;swimlaneFillColor=default;strokeWidth=2;fontSize=14;" vertex="1">
            <mxGeometry height="500" width="370" x="3180" y="460" as="geometry">
              <mxRectangle height="60" width="200" x="330" y="280" as="alternateBounds" />
            </mxGeometry>
          </mxCell>
        </UserObject>
        <mxCell id="BUdtJf7oYrrgdLHHiytK-357" parent="BUdtJf7oYrrgdLHHiytK-355" style="ellipse;whiteSpace=wrap;html=1;aspect=fixed;strokeColor=none;fillColor=#60a917;fontColor=#ffffff;" value="" vertex="1">
          <mxGeometry height="20" width="20" x="330" y="80" as="geometry" />
        </mxCell>
        <mxCell id="BUdtJf7oYrrgdLHHiytK-358" parent="BUdtJf7oYrrgdLHHiytK-355" style="ellipse;whiteSpace=wrap;html=1;aspect=fixed;strokeColor=none;fillColor=#60a917;fontColor=#ffffff;" value="" vertex="1">
          <mxGeometry height="20" width="20" x="330" y="121" as="geometry" />
        </mxCell>
        <mxCell id="BUdtJf7oYrrgdLHHiytK-359" parent="BUdtJf7oYrrgdLHHiytK-355" style="ellipse;whiteSpace=wrap;html=1;aspect=fixed;strokeColor=none;fillColor=#60a917;fontColor=#ffffff;" value="" vertex="1">
          <mxGeometry height="20" width="20" x="330" y="162" as="geometry" />
        </mxCell>
        <mxCell id="BUdtJf7oYrrgdLHHiytK-364" parent="BUdtJf7oYrrgdLHHiytK-355" style="ellipse;whiteSpace=wrap;html=1;aspect=fixed;strokeColor=none;fillColor=light-dark(#FF3333,#FF3333);fontColor=#ffffff;fillStyle=auto;" value="" vertex="1">
          <mxGeometry height="20" width="20" x="20" y="82.75" as="geometry" />
        </mxCell>
        <mxCell id="BUdtJf7oYrrgdLHHiytK-365" parent="BUdtJf7oYrrgdLHHiytK-355" style="ellipse;whiteSpace=wrap;html=1;aspect=fixed;strokeColor=none;fillColor=light-dark(#FF3333,#FF3333);fontColor=#ffffff;" value="" vertex="1">
          <mxGeometry height="20" width="20" x="20" y="122" as="geometry" />
        </mxCell>
        <mxCell id="BUdtJf7oYrrgdLHHiytK-366" parent="BUdtJf7oYrrgdLHHiytK-355" style="ellipse;whiteSpace=wrap;html=1;aspect=fixed;strokeColor=none;fillColor=light-dark(#FF3333,#FF3333);fontColor=#ffffff;" value="" vertex="1">
          <mxGeometry height="20" width="20" x="20" y="162" as="geometry" />
        </mxCell>
        <mxCell id="BUdtJf7oYrrgdLHHiytK-371" parent="BUdtJf7oYrrgdLHHiytK-355" style="text;html=1;whiteSpace=wrap;strokeColor=none;fillColor=none;align=left;verticalAlign=middle;rounded=0;fontStyle=1" value="HDMI 1" vertex="1">
          <mxGeometry height="14.5" width="50" x="50" y="85.5" as="geometry" />
        </mxCell>
        <mxCell id="BUdtJf7oYrrgdLHHiytK-372" parent="BUdtJf7oYrrgdLHHiytK-355" style="text;html=1;whiteSpace=wrap;strokeColor=none;fillColor=none;align=right;verticalAlign=middle;rounded=0;fontStyle=1" value="HDMI 1" vertex="1">
          <mxGeometry height="14.5" width="50" x="270" y="82.75" as="geometry" />
        </mxCell>
        <mxCell id="BUdtJf7oYrrgdLHHiytK-389" parent="BUdtJf7oYrrgdLHHiytK-355" style="text;html=1;whiteSpace=wrap;strokeColor=none;fillColor=none;align=center;verticalAlign=middle;rounded=0;fontStyle=1" value="ETHERNET" vertex="1">
-           <mxGeometry height="29" width="90" x="140" y="200" as="geometry" />
+           <mxGeometry height="29" width="90" x="140" y="410" as="geometry" />
        </mxCell>
        <mxCell id="BUdtJf7oYrrgdLHHiytK-390" parent="BUdtJf7oYrrgdLHHiytK-355" style="ellipse;whiteSpace=wrap;html=1;aspect=fixed;strokeColor=none;fillColor=#007FFF;fontColor=#ffffff;" value="" vertex="1">
-           <mxGeometry height="20" width="20" x="175" y="239" as="geometry" />
+           <mxGeometry height="20" width="20" x="175" y="449" as="geometry" />
        </mxCell>
        <mxCell id="BUdtJf7oYrrgdLHHiytK-393" parent="BUdtJf7oYrrgdLHHiytK-355" style="sketch=0;aspect=fixed;pointerEvents=1;shadow=0;dashed=0;html=1;strokeColor=default;labelPosition=center;verticalLabelPosition=bottom;verticalAlign=top;align=center;fillColor=none;shape=mxgraph.mscae.enterprise.usb;fontFamily=Helvetica;fontSize=11;fontColor=default;labelBackgroundColor=default;strokeWidth=2;" value="" vertex="1">
          <mxGeometry height="36.8" width="80" x="276.9999999999998" y="10" as="geometry" />
        </mxCell>
        <mxCell id="BUdtJf7oYrrgdLHHiytK-409" parent="BUdtJf7oYrrgdLHHiytK-355" style="text;html=1;whiteSpace=wrap;strokeColor=none;fillColor=none;align=left;verticalAlign=middle;rounded=0;fontStyle=1" value="HDMI 2" vertex="1">
          <mxGeometry height="14.5" width="50" x="50" y="123.75" as="geometry" />
        </mxCell>
        <mxCell id="BUdtJf7oYrrgdLHHiytK-410" parent="BUdtJf7oYrrgdLHHiytK-355" style="text;html=1;whiteSpace=wrap;strokeColor=none;fillColor=none;align=left;verticalAlign=middle;rounded=0;fontStyle=1" value="HDMI 3" vertex="1">
          <mxGeometry height="14.5" width="50" x="50" y="164.75" as="geometry" />
        </mxCell>
        <mxCell id="BUdtJf7oYrrgdLHHiytK-411" parent="BUdtJf7oYrrgdLHHiytK-355" style="text;html=1;whiteSpace=wrap;strokeColor=none;fillColor=none;align=right;verticalAlign=middle;rounded=0;fontStyle=1" value="HDMI 2" vertex="1">
          <mxGeometry height="14.5" width="50" x="270" y="123.75" as="geometry" />
        </mxCell>
        <mxCell id="BUdtJf7oYrrgdLHHiytK-412" parent="BUdtJf7oYrrgdLHHiytK-355" style="text;html=1;whiteSpace=wrap;strokeColor=none;fillColor=none;align=right;verticalAlign=middle;rounded=0;fontStyle=1" value="HDMI 3" vertex="1">
          <mxGeometry height="14.5" width="50" x="270" y="164.75" as="geometry" />
        </mxCell>
        <UserObject label="&lt;div&gt;HP Monitor&lt;/div&gt;&lt;div&gt;&lt;span style=&quot;font-weight: normal;&quot;&gt;Mac mini desktop&lt;/span&gt;&lt;/div&gt;" id="BUdtJf7oYrrgdLHHiytK-394">
          <mxCell parent="1" style="swimlane;whiteSpace=wrap;html=1;startSize=60;perimeterSpacing=0;rounded=1;arcSize=6;align=left;spacingLeft=6;swimlaneFillColor=default;strokeWidth=2;fontSize=14;" vertex="1">
            <mxGeometry height="120" width="240" x="3720" y="910" as="geometry">
              <mxRectangle height="60" width="200" x="330" y="280" as="alternateBounds" />
            </mxGeometry>
          </mxCell>
        </UserObject>
        <mxCell id="BUdtJf7oYrrgdLHHiytK-403" parent="BUdtJf7oYrrgdLHHiytK-394" style="ellipse;whiteSpace=wrap;html=1;aspect=fixed;strokeColor=none;fillColor=light-dark(#FF3333,#FF3333);fontColor=#ffffff;fillStyle=auto;" value="" vertex="1">
          <mxGeometry height="20" width="20" x="20" y="80" as="geometry" />
        </mxCell>
        <mxCell id="BUdtJf7oYrrgdLHHiytK-404" parent="BUdtJf7oYrrgdLHHiytK-394" style="text;html=1;whiteSpace=wrap;strokeColor=none;fillColor=none;align=left;verticalAlign=middle;rounded=0;fontStyle=1" value="HDMI" vertex="1">
          <mxGeometry height="10" width="50" x="50" y="85" as="geometry" />
        </mxCell>
        <mxCell id="BUdtJf7oYrrgdLHHiytK-405" parent="BUdtJf7oYrrgdLHHiytK-394" style="verticalLabelPosition=bottom;html=1;verticalAlign=top;align=center;strokeColor=default;fillColor=none;shape=mxgraph.azure.computer;pointerEvents=1;fontFamily=Helvetica;fontSize=11;fontColor=default;labelBackgroundColor=default;strokeWidth=2;" value="" vertex="1">
          <mxGeometry height="45" width="50" x="180" y="8" as="geometry" />
        </mxCell>
        <mxCell id="BUdtJf7oYrrgdLHHiytK-407" edge="1" parent="1" source="BUdtJf7oYrrgdLHHiytK-340" style="edgeStyle=orthogonalEdgeStyle;shape=connector;rounded=0;orthogonalLoop=1;jettySize=auto;html=1;entryX=0.5;entryY=1;entryDx=0;entryDy=0;strokeColor=default;strokeWidth=2;align=center;verticalAlign=middle;fontFamily=Helvetica;fontSize=14;fontColor=default;labelBackgroundColor=default;resizable=0;endArrow=classic;endFill=1;startArrow=classic;startFill=1;" target="BUdtJf7oYrrgdLHHiytK-195">
          <mxGeometry relative="1" as="geometry">
            <Array as="points">
              <mxPoint x="1280" y="1125" />
              <mxPoint x="1280" y="990" />
              <mxPoint x="2555" y="990" />
            </Array>
          </mxGeometry>
        </mxCell>
        <mxCell id="BUdtJf7oYrrgdLHHiytK-408" edge="1" parent="1" source="BUdtJf7oYrrgdLHHiytK-341" style="edgeStyle=orthogonalEdgeStyle;shape=connector;rounded=0;orthogonalLoop=1;jettySize=auto;html=1;entryX=0.5;entryY=1;entryDx=0;entryDy=0;strokeColor=default;strokeWidth=2;align=center;verticalAlign=middle;fontFamily=Helvetica;fontSize=14;fontColor=default;labelBackgroundColor=default;resizable=0;endArrow=classic;endFill=1;startArrow=classic;startFill=1;" target="BUdtJf7oYrrgdLHHiytK-390">
          <mxGeometry relative="1" as="geometry" />
        </mxCell>
        <UserObject label="&lt;div&gt;HP Monitor&lt;/div&gt;&lt;div&gt;&lt;span style=&quot;font-weight: normal;&quot;&gt;Mac mini desktop&lt;/span&gt;&lt;/div&gt;" id="BUdtJf7oYrrgdLHHiytK-414">
          <mxCell parent="1" style="swimlane;whiteSpace=wrap;html=1;startSize=60;perimeterSpacing=0;rounded=1;arcSize=6;align=left;spacingLeft=6;swimlaneFillColor=default;strokeWidth=2;fontSize=14;" vertex="1">
            <mxGeometry height="120" width="240" x="3720" y="1060" as="geometry">
              <mxRectangle height="60" width="200" x="330" y="280" as="alternateBounds" />
            </mxGeometry>
          </mxCell>
        </UserObject>
        <mxCell id="BUdtJf7oYrrgdLHHiytK-415" parent="BUdtJf7oYrrgdLHHiytK-414" style="ellipse;whiteSpace=wrap;html=1;aspect=fixed;strokeColor=none;fillColor=light-dark(#FF3333,#FF3333);fontColor=#ffffff;fillStyle=auto;" value="" vertex="1">
          <mxGeometry height="20" width="20" x="20" y="80" as="geometry" />
        </mxCell>
        <mxCell id="BUdtJf7oYrrgdLHHiytK-416" parent="BUdtJf7oYrrgdLHHiytK-414" style="text;html=1;whiteSpace=wrap;strokeColor=none;fillColor=none;align=left;verticalAlign=middle;rounded=0;fontStyle=1" value="HDMI" vertex="1">
          <mxGeometry height="10" width="50" x="50" y="85" as="geometry" />
        </mxCell>
        <mxCell id="BUdtJf7oYrrgdLHHiytK-417" parent="BUdtJf7oYrrgdLHHiytK-414" style="verticalLabelPosition=bottom;html=1;verticalAlign=top;align=center;strokeColor=default;fillColor=none;shape=mxgraph.azure.computer;pointerEvents=1;fontFamily=Helvetica;fontSize=11;fontColor=default;labelBackgroundColor=default;strokeWidth=2;" value="" vertex="1">
          <mxGeometry height="45" width="50" x="180" y="8" as="geometry" />
        </mxCell>
        <mxCell id="BUdtJf7oYrrgdLHHiytK-418" edge="1" parent="1" source="BUdtJf7oYrrgdLHHiytK-357" style="edgeStyle=orthogonalEdgeStyle;shape=connector;rounded=0;orthogonalLoop=1;jettySize=auto;html=1;entryX=0;entryY=0.5;entryDx=0;entryDy=0;strokeColor=default;strokeWidth=2;align=center;verticalAlign=middle;fontFamily=Helvetica;fontSize=14;fontColor=default;labelBackgroundColor=default;resizable=0;endArrow=classic;endFill=1;" target="BUdtJf7oYrrgdLHHiytK-415">
          <mxGeometry relative="1" as="geometry" />
        </mxCell>
        <UserObject label="&lt;div&gt;IKAN Monitor&lt;/div&gt;&lt;div&gt;&lt;span style=&quot;font-weight: normal;&quot;&gt;Teleprompter&lt;/span&gt;&lt;/div&gt;" id="BUdtJf7oYrrgdLHHiytK-419">
          <mxCell parent="1" style="swimlane;whiteSpace=wrap;html=1;startSize=60;perimeterSpacing=0;rounded=1;arcSize=6;align=left;spacingLeft=6;swimlaneFillColor=default;strokeWidth=2;fontSize=14;" vertex="1">
            <mxGeometry height="120" width="240" x="3720" y="1220" as="geometry">
              <mxRectangle height="60" width="200" x="330" y="280" as="alternateBounds" />
            </mxGeometry>
          </mxCell>
        </UserObject>
        <mxCell id="BUdtJf7oYrrgdLHHiytK-420" parent="BUdtJf7oYrrgdLHHiytK-419" style="ellipse;whiteSpace=wrap;html=1;aspect=fixed;strokeColor=none;fillColor=light-dark(#FF3333,#FF3333);fontColor=#ffffff;fillStyle=auto;" value="" vertex="1">
          <mxGeometry height="20" width="20" x="20" y="80" as="geometry" />
        </mxCell>
        <mxCell id="BUdtJf7oYrrgdLHHiytK-421" parent="BUdtJf7oYrrgdLHHiytK-419" style="text;html=1;whiteSpace=wrap;strokeColor=none;fillColor=none;align=left;verticalAlign=middle;rounded=0;fontStyle=1" value="HDMI" vertex="1">
          <mxGeometry height="10" width="50" x="50" y="85" as="geometry" />
        </mxCell>
        <mxCell id="BUdtJf7oYrrgdLHHiytK-422" parent="BUdtJf7oYrrgdLHHiytK-419" style="verticalLabelPosition=bottom;html=1;verticalAlign=top;align=center;strokeColor=default;fillColor=none;shape=mxgraph.azure.computer;pointerEvents=1;fontFamily=Helvetica;fontSize=11;fontColor=default;labelBackgroundColor=default;strokeWidth=2;" value="" vertex="1">
          <mxGeometry height="45" width="50" x="180" y="8" as="geometry" />
        </mxCell>
        <mxCell id="BUdtJf7oYrrgdLHHiytK-423" edge="1" parent="1" source="BUdtJf7oYrrgdLHHiytK-358" style="edgeStyle=orthogonalEdgeStyle;shape=connector;rounded=0;orthogonalLoop=1;jettySize=auto;html=1;entryX=0;entryY=0.5;entryDx=0;entryDy=0;strokeColor=default;strokeWidth=2;align=center;verticalAlign=middle;fontFamily=Helvetica;fontSize=14;fontColor=default;labelBackgroundColor=default;resizable=0;endArrow=classic;endFill=1;" target="BUdtJf7oYrrgdLHHiytK-420">
          <mxGeometry relative="1" as="geometry" />
        </mxCell>
        <UserObject label="&lt;div&gt;THWT HDMI 2.1 Emulator&lt;/div&gt;&lt;div&gt;&lt;span style=&quot;font-weight: normal;&quot;&gt;EDID Emulator&lt;/span&gt;&lt;/div&gt;" link="https://www.startech.com/en-au/display-video-adapters/usbc-hdmi-cdp2hd4k60" id="_8OXxmxYWQQ_x3kSA-AO-2">
          <mxCell parent="1" style="swimlane;whiteSpace=wrap;html=1;startSize=60;perimeterSpacing=0;rounded=1;arcSize=6;align=left;spacingLeft=6;swimlaneFillColor=default;strokeWidth=2;fontSize=14;" vertex="1">
            <mxGeometry height="120" width="310" x="1530" y="610" as="geometry">
              <mxRectangle height="60" width="200" x="330" y="280" as="alternateBounds" />
            </mxGeometry>
          </mxCell>
        </UserObject>
        <mxCell id="_8OXxmxYWQQ_x3kSA-AO-4" parent="_8OXxmxYWQQ_x3kSA-AO-2" style="ellipse;whiteSpace=wrap;html=1;aspect=fixed;strokeColor=none;fillColor=#60a917;fontColor=#ffffff;" value="" vertex="1">
          <mxGeometry height="20" width="20" x="270" y="80" as="geometry" />
        </mxCell>
        <mxCell id="_8OXxmxYWQQ_x3kSA-AO-5" parent="_8OXxmxYWQQ_x3kSA-AO-2" style="text;html=1;whiteSpace=wrap;strokeColor=none;fillColor=none;align=right;verticalAlign=middle;rounded=0;" value="&lt;b&gt;HDMI&lt;/b&gt;" vertex="1">
          <mxGeometry height="14.5" width="70" x="190" y="82.75" as="geometry" />
        </mxCell>
        <mxCell id="_8OXxmxYWQQ_x3kSA-AO-6" parent="_8OXxmxYWQQ_x3kSA-AO-2" style="ellipse;whiteSpace=wrap;html=1;aspect=fixed;strokeColor=none;fillColor=light-dark(#FF3333,#FF3333);fontColor=#ffffff;fillStyle=auto;" value="" vertex="1">
          <mxGeometry height="20" width="20" x="20" y="80" as="geometry" />
        </mxCell>
        <mxCell id="_8OXxmxYWQQ_x3kSA-AO-7" parent="_8OXxmxYWQQ_x3kSA-AO-2" style="text;html=1;whiteSpace=wrap;strokeColor=none;fillColor=none;align=left;verticalAlign=middle;rounded=0;fontStyle=1" value="HDMI" vertex="1">
          <mxGeometry height="10" width="50" x="50" y="85" as="geometry" />
        </mxCell>
        <mxCell id="_8OXxmxYWQQ_x3kSA-AO-8" parent="_8OXxmxYWQQ_x3kSA-AO-2" style="verticalLabelPosition=bottom;aspect=fixed;html=1;verticalAlign=top;fillColor=strokeColor;align=center;outlineConnect=0;shape=mxgraph.fluid_power.x10060;points=[[1,0.72,0],[1,1,0]];strokeWidth=2;" value="" vertex="1">
          <mxGeometry height="38.38" width="67.9" x="230" y="10" as="geometry" />
        </mxCell>
        <mxCell id="_8OXxmxYWQQ_x3kSA-AO-1" edge="1" parent="1" source="BUdtJf7oYrrgdLHHiytK-285" style="edgeStyle=orthogonalEdgeStyle;shape=connector;rounded=0;orthogonalLoop=1;jettySize=auto;html=1;strokeColor=default;strokeWidth=2;align=center;verticalAlign=middle;fontFamily=Helvetica;fontSize=14;fontColor=default;labelBackgroundColor=default;resizable=0;endArrow=classic;endFill=1;entryX=0;entryY=0.5;entryDx=0;entryDy=0;" target="_8OXxmxYWQQ_x3kSA-AO-6">
          <mxGeometry relative="1" as="geometry">
            <mxPoint x="920" y="700" as="targetPoint" />
          </mxGeometry>
        </mxCell>
        <mxCell id="_8OXxmxYWQQ_x3kSA-AO-9" edge="1" parent="1" source="_8OXxmxYWQQ_x3kSA-AO-4" style="edgeStyle=orthogonalEdgeStyle;shape=connector;rounded=0;orthogonalLoop=1;jettySize=auto;html=1;entryX=0;entryY=0.5;entryDx=0;entryDy=0;strokeColor=default;strokeWidth=2;align=center;verticalAlign=middle;fontFamily=Helvetica;fontSize=14;fontColor=default;labelBackgroundColor=default;resizable=0;endArrow=classic;endFill=1;" target="BUdtJf7oYrrgdLHHiytK-252">
          <mxGeometry relative="1" as="geometry" />
        </mxCell>
        <mxCell id="_8OXxmxYWQQ_x3kSA-AO-20" edge="1" parent="1" source="BUdtJf7oYrrgdLHHiytK-245" style="edgeStyle=orthogonalEdgeStyle;shape=connector;rounded=0;orthogonalLoop=1;jettySize=auto;html=1;entryX=0;entryY=0.5;entryDx=0;entryDy=0;strokeColor=default;strokeWidth=2;align=center;verticalAlign=middle;fontFamily=Helvetica;fontSize=14;fontColor=default;labelBackgroundColor=default;resizable=0;endArrow=classic;endFill=1;" target="BUdtJf7oYrrgdLHHiytK-170">
          <mxGeometry relative="1" as="geometry" />
        </mxCell>
        <UserObject label="&lt;div&gt;Blackmagic Microconverter 3G&lt;/div&gt;&lt;div&gt;&lt;span style=&quot;font-weight: normal;&quot;&gt;SDI to HDMI Converter&lt;/span&gt;&lt;/div&gt;" link="https://www.blackmagicdesign.com/au/products/microconverters/techspecs/W-CONU-12" id="_8OXxmxYWQQ_x3kSA-AO-28">
          <mxCell parent="1" style="swimlane;whiteSpace=wrap;html=1;startSize=60;perimeterSpacing=0;rounded=1;arcSize=6;align=left;spacingLeft=6;swimlaneFillColor=default;strokeWidth=2;fontSize=14;" vertex="1">
            <mxGeometry height="160" width="310" x="2790" y="500" as="geometry">
              <mxRectangle height="60" width="200" x="330" y="280" as="alternateBounds" />
            </mxGeometry>
          </mxCell>
        </UserObject>
        <mxCell id="_8OXxmxYWQQ_x3kSA-AO-30" parent="_8OXxmxYWQQ_x3kSA-AO-28" style="ellipse;whiteSpace=wrap;html=1;aspect=fixed;strokeColor=none;fillColor=#60a917;fontColor=#ffffff;" value="" vertex="1">
          <mxGeometry height="20" width="20" x="270" y="82" as="geometry" />
        </mxCell>
        <mxCell id="_8OXxmxYWQQ_x3kSA-AO-31" parent="_8OXxmxYWQQ_x3kSA-AO-28" style="ellipse;whiteSpace=wrap;html=1;aspect=fixed;strokeColor=none;fillColor=#60a917;fontColor=#ffffff;" value="" vertex="1">
          <mxGeometry height="20" width="20" x="270" y="121" as="geometry" />
        </mxCell>
        <mxCell id="_8OXxmxYWQQ_x3kSA-AO-37" parent="_8OXxmxYWQQ_x3kSA-AO-28" style="ellipse;whiteSpace=wrap;html=1;aspect=fixed;strokeColor=none;fillColor=light-dark(#FF3333,#FF3333);fontColor=#ffffff;fillStyle=auto;" value="" vertex="1">
          <mxGeometry height="20" width="20" x="20" y="82" as="geometry" />
        </mxCell>
        <mxCell id="_8OXxmxYWQQ_x3kSA-AO-38" parent="_8OXxmxYWQQ_x3kSA-AO-28" style="ellipse;whiteSpace=wrap;html=1;aspect=fixed;strokeColor=none;fillColor=light-dark(#FF3333,#FF3333);fontColor=#ffffff;" value="" vertex="1">
          <mxGeometry height="20" width="20" x="20" y="121" as="geometry" />
        </mxCell>
        <mxCell id="_8OXxmxYWQQ_x3kSA-AO-44" parent="_8OXxmxYWQQ_x3kSA-AO-28" style="text;html=1;whiteSpace=wrap;strokeColor=none;fillColor=none;align=left;verticalAlign=middle;rounded=0;" value="&lt;div&gt;&lt;b&gt;SDI IN&lt;/b&gt;&lt;/div&gt;&lt;div&gt;SDI&lt;/div&gt;" vertex="1">
          <mxGeometry height="29" width="90" x="50" y="77.5" as="geometry" />
        </mxCell>
        <mxCell id="_8OXxmxYWQQ_x3kSA-AO-45" parent="_8OXxmxYWQQ_x3kSA-AO-28" style="text;html=1;whiteSpace=wrap;strokeColor=none;fillColor=none;align=right;verticalAlign=middle;rounded=0;" value="&lt;div&gt;&lt;b&gt;HDMI OUT&lt;/b&gt;&lt;/div&gt;&lt;div&gt;HDMI&lt;/div&gt;" vertex="1">
          <mxGeometry height="29" width="90" x="170" y="77.5" as="geometry" />
        </mxCell>
        <mxCell id="_8OXxmxYWQQ_x3kSA-AO-46" parent="_8OXxmxYWQQ_x3kSA-AO-28" style="text;html=1;whiteSpace=wrap;strokeColor=none;fillColor=none;align=left;verticalAlign=middle;rounded=0;" value="&lt;div&gt;&lt;b&gt;INPUT NAME&lt;/b&gt;&lt;/div&gt;&lt;div&gt;INPUT TYPE&lt;/div&gt;" vertex="1">
          <mxGeometry height="29" width="90" x="50" y="116.5" as="geometry" />
        </mxCell>
        <mxCell id="_8OXxmxYWQQ_x3kSA-AO-47" parent="_8OXxmxYWQQ_x3kSA-AO-28" style="text;html=1;whiteSpace=wrap;strokeColor=none;fillColor=none;align=right;verticalAlign=middle;rounded=0;" value="&lt;div&gt;&lt;b&gt;SDI LOOP OUT&lt;/b&gt;&lt;/div&gt;&lt;div&gt;SDI&lt;/div&gt;" vertex="1">
          <mxGeometry height="29" width="90" x="170" y="116.5" as="geometry" />
        </mxCell>
        <mxCell id="_8OXxmxYWQQ_x3kSA-AO-64" parent="_8OXxmxYWQQ_x3kSA-AO-28" style="verticalLabelPosition=bottom;aspect=fixed;html=1;verticalAlign=top;fillColor=strokeColor;align=center;outlineConnect=0;shape=mxgraph.fluid_power.x10060;points=[[1,0.72,0],[1,1,0]];strokeWidth=2;" value="" vertex="1">
          <mxGeometry height="38.38" width="67.9" x="230" y="10" as="geometry" />
        </mxCell>
        <mxCell id="_8OXxmxYWQQ_x3kSA-AO-66" edge="1" parent="1" source="BUdtJf7oYrrgdLHHiytK-164" style="edgeStyle=orthogonalEdgeStyle;shape=connector;rounded=0;orthogonalLoop=1;jettySize=auto;html=1;entryX=0;entryY=0.5;entryDx=0;entryDy=0;strokeColor=default;strokeWidth=2;align=center;verticalAlign=middle;fontFamily=Helvetica;fontSize=14;fontColor=default;labelBackgroundColor=default;resizable=0;endArrow=classic;endFill=1;" target="_8OXxmxYWQQ_x3kSA-AO-37">
          <mxGeometry relative="1" as="geometry" />
        </mxCell>
        <mxCell id="_8OXxmxYWQQ_x3kSA-AO-67" edge="1" parent="1" source="_8OXxmxYWQQ_x3kSA-AO-30" style="edgeStyle=orthogonalEdgeStyle;shape=connector;rounded=0;orthogonalLoop=1;jettySize=auto;html=1;entryX=0;entryY=0.5;entryDx=0;entryDy=0;strokeColor=default;strokeWidth=2;align=center;verticalAlign=middle;fontFamily=Helvetica;fontSize=14;fontColor=default;labelBackgroundColor=default;resizable=0;endArrow=classic;endFill=1;" target="BUdtJf7oYrrgdLHHiytK-365">
          <mxGeometry relative="1" as="geometry" />
        </mxCell>
      </root>
    </mxGraphModel>
  </diagram>
</mxfile>
